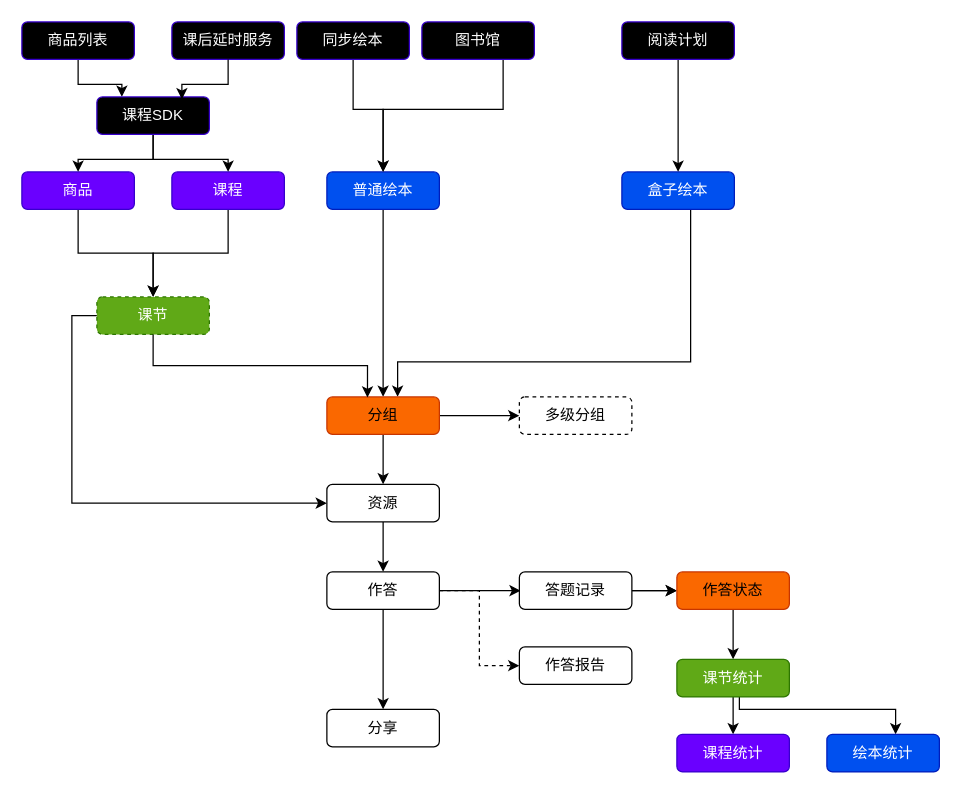
Before: 未命名绘图.drawio in little-bee-zz/draw, a draw.io diagram. Source tidied: cells renumbered, new cells numbered last; positions are measured from the earlier drawing's top-left corner, leaving out a move shared by most shapes. Both pictures are drawn from the tidied source at 125%, with x=0, y=0 at pixel (21, 21).
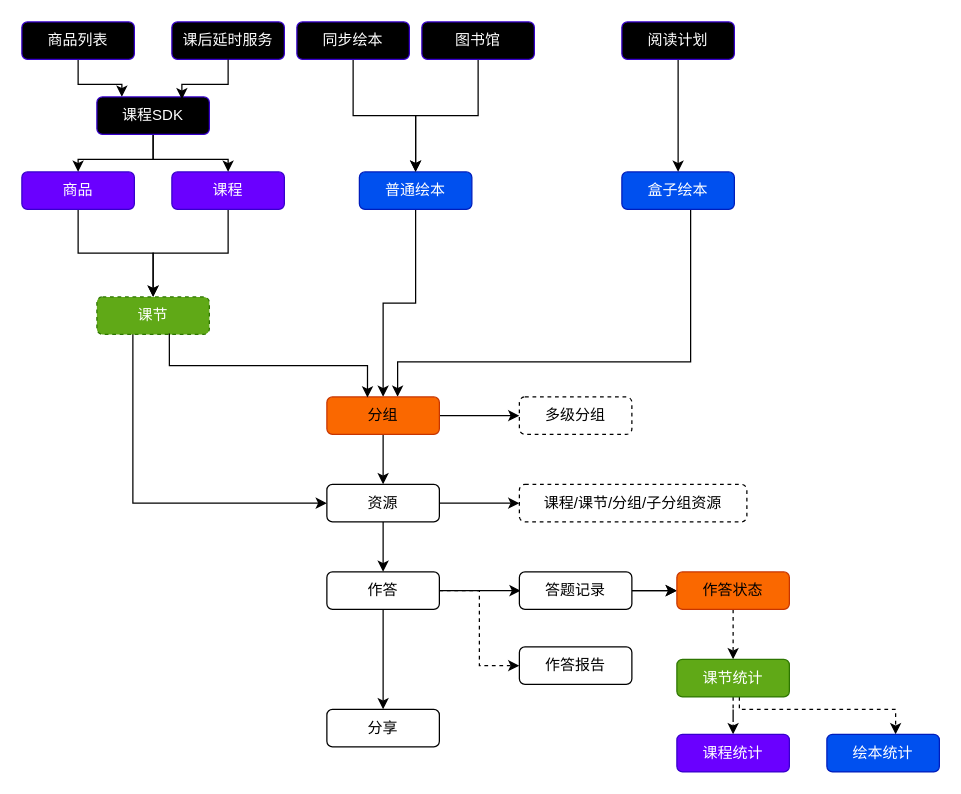
Above is the later version.

Commit message:
更新未命名绘图.drawio

Unchanged cells that the change refers to:
```xml
<mxCell id="11" value="课节" style="rounded=1;whiteSpace=wrap;html=1;dashed=1;strokeColor=#2D7600;fillColor=#60a917;fontColor=#ffffff;" parent="1" vertex="1">
  <mxGeometry x="60" y="220" width="90" height="30" as="geometry" />
</mxCell>
<mxCell id="14" value="分组" style="rounded=1;whiteSpace=wrap;html=1;fillColor=#fa6800;fontColor=#000000;strokeColor=#C73500;" parent="1" vertex="1">
  <mxGeometry x="244" y="300" width="90" height="30" as="geometry" />
</mxCell>
<mxCell id="16" value="资源" style="rounded=1;whiteSpace=wrap;html=1;" parent="1" vertex="1">
  <mxGeometry x="244" y="370" width="90" height="30" as="geometry" />
</mxCell>
<mxCell id="27" value="作答状态" style="rounded=1;whiteSpace=wrap;html=1;fillColor=#fa6800;fontColor=#000000;strokeColor=#C73500;" parent="1" vertex="1">
  <mxGeometry x="524" y="440" width="90" height="30" as="geometry" />
</mxCell>
<mxCell id="30" value="课节统计" style="rounded=1;whiteSpace=wrap;html=1;strokeColor=#2D7600;fillColor=#60a917;fontColor=#ffffff;" parent="1" vertex="1">
  <mxGeometry x="524" y="510" width="90" height="30" as="geometry" />
</mxCell>
<mxCell id="31" value="课程统计" style="rounded=1;whiteSpace=wrap;html=1;fillColor=#6a00ff;fontColor=#ffffff;strokeColor=#3700CC;" parent="1" vertex="1">
  <mxGeometry x="524" y="570" width="90" height="30" as="geometry" />
</mxCell>
<mxCell id="42" value="同步绘本" style="rounded=1;whiteSpace=wrap;html=1;fillColor=light-dark(#6A00FF,#808080);fontColor=#ffffff;strokeColor=light-dark(#3700CC,#B3B3B3);gradientColor=default;" parent="1" vertex="1">
  <mxGeometry x="220" width="90" height="30" as="geometry" />
</mxCell>
<mxCell id="44" value="图书馆" style="rounded=1;whiteSpace=wrap;html=1;fillColor=light-dark(#6A00FF,#808080);fontColor=#ffffff;strokeColor=light-dark(#3700CC,#B3B3B3);gradientColor=default;" parent="1" vertex="1">
  <mxGeometry x="320" width="90" height="30" as="geometry" />
</mxCell>
```

Diff of the diagram source:
```diff
@@
     <mxCell id="7" value="普通绘本" style="rounded=1;whiteSpace=wrap;html=1;strokeColor=#001DBC;fillColor=#0050ef;fontColor=#ffffff;" parent="1" vertex="1">
-      <mxGeometry x="244" y="120" width="90" height="30" as="geometry" />
+      <mxGeometry x="270" y="120" width="90" height="30" as="geometry" />
     </mxCell>
@@
-    <mxCell id="10" style="edgeStyle=orthogonalEdgeStyle;rounded=0;jettySize=auto;html=1;entryX=0;entryY=0.5;entryDx=0;entryDy=0;exitX=0;exitY=0.5;exitDx=0;exitDy=0;" parent="1" edge="1" source="11" target="16">
+    <mxCell id="10" style="edgeStyle=orthogonalEdgeStyle;rounded=0;jettySize=auto;html=1;entryX=0;entryY=0.5;entryDx=0;entryDy=0;exitX=0.32;exitY=0.976;exitDx=0;exitDy=0;exitPerimeter=0;" parent="1" edge="1" source="11" target="16">
       <mxGeometry relative="1" as="geometry" />
     </mxCell>
@@
+    <mxCell id="48" style="edgeStyle=orthogonalEdgeStyle;rounded=0;jettySize=auto;html=1;entryX=0;entryY=0.5;entryDx=0;entryDy=0;" parent="1" edge="1" source="16" target="49">
+      <mxGeometry relative="1" as="geometry" />
+    </mxCell>
@@
-    <mxCell id="26" style="edgeStyle=orthogonalEdgeStyle;rounded=0;jettySize=auto;html=1;entryX=0.5;entryY=0;entryDx=0;entryDy=0;" parent="1" edge="1" source="27" target="30">
+    <mxCell id="26" style="edgeStyle=orthogonalEdgeStyle;rounded=0;jettySize=auto;html=1;entryX=0.5;entryY=0;entryDx=0;entryDy=0;dashed=1;" parent="1" edge="1" source="27" target="30">
       <mxGeometry relative="1" as="geometry" />
     </mxCell>
@@
-    <mxCell id="28" style="edgeStyle=orthogonalEdgeStyle;rounded=0;jettySize=auto;html=1;" parent="1" edge="1" source="30" target="31">
+    <mxCell id="28" style="edgeStyle=orthogonalEdgeStyle;rounded=0;jettySize=auto;html=1;dashed=1;" parent="1" edge="1" source="30" target="31">
       <mxGeometry relative="1" as="geometry" />
     </mxCell>
-    <mxCell id="29" style="edgeStyle=orthogonalEdgeStyle;rounded=0;orthogonalLoop=1;jettySize=auto;html=1;" parent="1" edge="1">
+    <mxCell id="29" style="edgeStyle=orthogonalEdgeStyle;rounded=0;orthogonalLoop=1;jettySize=auto;html=1;dashed=1;" parent="1" edge="1">
       <mxGeometry relative="1" as="geometry">
         <mxPoint x="574" y="540" as="sourcePoint" />
         <mxPoint x="699" y="570" as="targetPoint" />
         <Array as="points">
           <mxPoint x="574" y="550" />
           <mxPoint x="699" y="550" />
         </Array>
       </mxGeometry>
     </mxCell>
@@
-    <mxCell id="41" style="edgeStyle=orthogonalEdgeStyle;rounded=0;jettySize=auto;html=1;entryX=0.5;entryY=0;entryDx=0;entryDy=0;" parent="1" edge="1" source="42" target="7">
-      <mxGeometry relative="1" as="geometry">
-        <Array as="points">
-          <mxPoint x="265" y="70" />
-          <mxPoint x="289" y="70" />
-        </Array>
-      </mxGeometry>
+    <mxCell id="41" style="edgeStyle=orthogonalEdgeStyle;rounded=0;jettySize=auto;html=1;" parent="1" edge="1" source="42" target="7">
+      <mxGeometry relative="1" as="geometry" />
     </mxCell>
@@
     <mxCell id="43" style="edgeStyle=orthogonalEdgeStyle;rounded=0;jettySize=auto;html=1;entryX=0.5;entryY=0;entryDx=0;entryDy=0;" parent="1" edge="1" source="44" target="7">
-      <mxGeometry relative="1" as="geometry">
-        <Array as="points">
-          <mxPoint x="385" y="70" />
-          <mxPoint x="289" y="70" />
-        </Array>
-      </mxGeometry>
+      <mxGeometry relative="1" as="geometry" />
     </mxCell>
@@
-    <mxCell id="47" style="edgeStyle=orthogonalEdgeStyle;rounded=0;jettySize=auto;html=1;entryX=0.361;entryY=0.017;entryDx=0;entryDy=0;entryPerimeter=0;exitX=0.5;exitY=1;exitDx=0;exitDy=0;" parent="1" edge="1" source="11" target="14">
+    <mxCell id="47" style="edgeStyle=orthogonalEdgeStyle;rounded=0;jettySize=auto;html=1;entryX=0.361;entryY=0.017;entryDx=0;entryDy=0;entryPerimeter=0;exitX=0.644;exitY=0.977;exitDx=0;exitDy=0;exitPerimeter=0;" parent="1" edge="1" source="11" target="14">
       <mxGeometry relative="1" as="geometry" />
     </mxCell>
+    <mxCell id="49" value="课程/课节/分组/子分组资源" style="rounded=1;whiteSpace=wrap;html=1;dashed=1;" parent="1" vertex="1">
+      <mxGeometry x="398" y="370" width="182" height="30" as="geometry" />
+    </mxCell>
```
